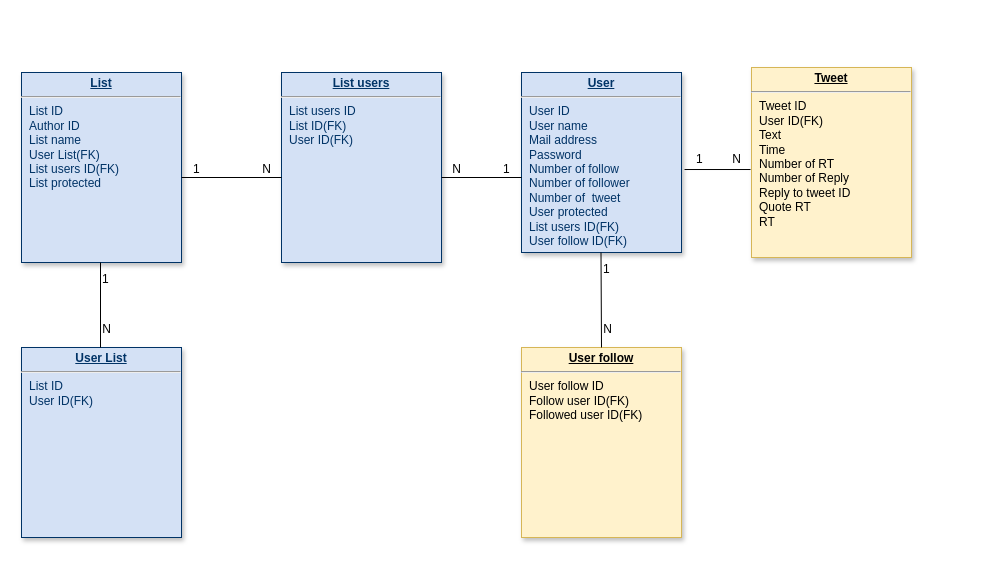
Above: Untitled Diagram.drawio in fuwa-syugyo/hello-world (draw.io), before the change. Source tidied: cells renumbered, new cells numbered last; positions are measured from the earlier drawing's top-left corner, leaving out a move shared by most shapes. Both pictures are drawn from the tidied source at 100%, with x=0, y=0 at pixel (21, 67).
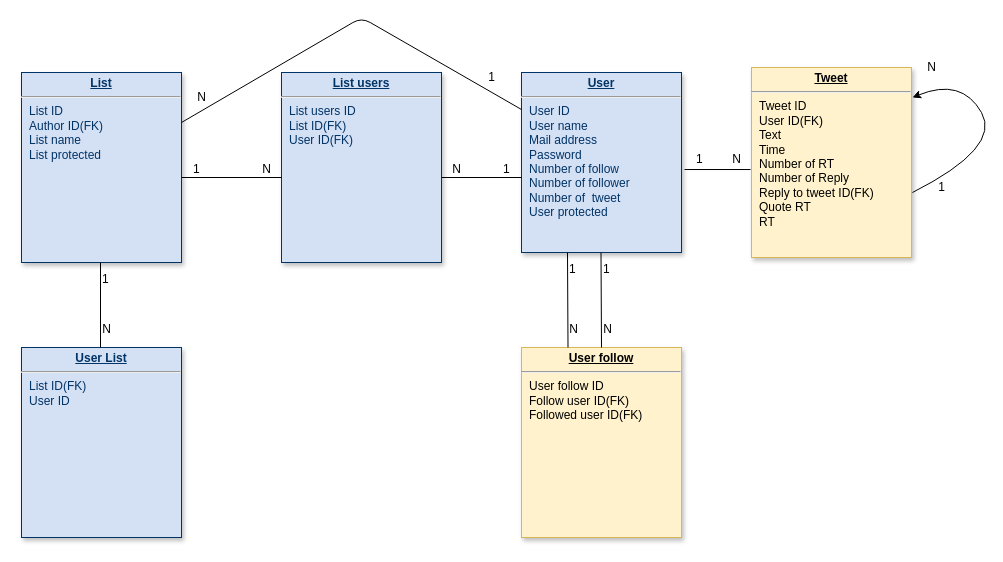
After the change.

Commit message:
Untitled Diagram.drawio を更新します

Change to the diagram source:
```diff
@@
-    <mxCell id="2" value="&lt;p style=&quot;margin: 0px ; margin-top: 4px ; text-align: center ; text-decoration: underline&quot;&gt;&lt;strong&gt;User&lt;/strong&gt;&lt;/p&gt;&lt;hr&gt;&lt;p style=&quot;margin: 0px ; margin-left: 8px&quot;&gt;User ID&lt;/p&gt;&lt;p style=&quot;margin: 0px ; margin-left: 8px&quot;&gt;User name&lt;/p&gt;&lt;p style=&quot;margin: 0px ; margin-left: 8px&quot;&gt;Mail address&lt;/p&gt;&lt;p style=&quot;margin: 0px ; margin-left: 8px&quot;&gt;Password&lt;/p&gt;&lt;p style=&quot;margin: 0px ; margin-left: 8px&quot;&gt;Number of follow&lt;/p&gt;&lt;p style=&quot;margin: 0px ; margin-left: 8px&quot;&gt;Number of follower&lt;/p&gt;&lt;p style=&quot;margin: 0px ; margin-left: 8px&quot;&gt;Number of&amp;nbsp; tweet&lt;/p&gt;&lt;p style=&quot;margin: 0px ; margin-left: 8px&quot;&gt;User protected&lt;/p&gt;&lt;p style=&quot;margin: 0px ; margin-left: 8px&quot;&gt;List users ID(FK)&lt;br&gt;&lt;/p&gt;&lt;p style=&quot;margin: 0px ; margin-left: 8px&quot;&gt;User follow ID(FK)&lt;/p&gt;&lt;p style=&quot;margin: 0px ; margin-left: 8px&quot;&gt;&lt;br&gt;&lt;/p&gt;" style="verticalAlign=top;align=left;overflow=fill;fontSize=12;fontFamily=Helvetica;html=1;strokeColor=#003366;shadow=1;fillColor=#D4E1F5;fontColor=#003366;" parent="1" vertex="1">
+    <mxCell id="2" value="&lt;p style=&quot;margin: 0px ; margin-top: 4px ; text-align: center ; text-decoration: underline&quot;&gt;&lt;strong&gt;User&lt;/strong&gt;&lt;/p&gt;&lt;hr&gt;&lt;p style=&quot;margin: 0px ; margin-left: 8px&quot;&gt;User ID&lt;/p&gt;&lt;p style=&quot;margin: 0px ; margin-left: 8px&quot;&gt;User name&lt;/p&gt;&lt;p style=&quot;margin: 0px ; margin-left: 8px&quot;&gt;Mail address&lt;/p&gt;&lt;p style=&quot;margin: 0px ; margin-left: 8px&quot;&gt;Password&lt;/p&gt;&lt;p style=&quot;margin: 0px ; margin-left: 8px&quot;&gt;Number of follow&lt;/p&gt;&lt;p style=&quot;margin: 0px ; margin-left: 8px&quot;&gt;Number of follower&lt;/p&gt;&lt;p style=&quot;margin: 0px ; margin-left: 8px&quot;&gt;Number of&amp;nbsp; tweet&lt;/p&gt;&lt;p style=&quot;margin: 0px ; margin-left: 8px&quot;&gt;User protected&lt;/p&gt;&lt;p style=&quot;margin: 0px ; margin-left: 8px&quot;&gt;&lt;br&gt;&lt;/p&gt;" style="verticalAlign=top;align=left;overflow=fill;fontSize=12;fontFamily=Helvetica;html=1;strokeColor=#003366;shadow=1;fillColor=#D4E1F5;fontColor=#003366;" parent="1" vertex="1">
       <mxGeometry x="500" y="5" width="160" height="180" as="geometry" />
     </mxCell>
-    <mxCell id="3" value="&lt;p style=&quot;margin: 0px ; margin-top: 4px ; text-align: center ; text-decoration: underline&quot;&gt;&lt;strong&gt;Tweet&lt;/strong&gt;&lt;/p&gt;&lt;hr&gt;&lt;p style=&quot;margin: 0px ; margin-left: 8px&quot;&gt;Tweet ID&lt;/p&gt;&lt;p style=&quot;margin: 0px ; margin-left: 8px&quot;&gt;User ID(FK)&lt;/p&gt;&lt;p style=&quot;margin: 0px ; margin-left: 8px&quot;&gt;Text&lt;/p&gt;&lt;p style=&quot;margin: 0px ; margin-left: 8px&quot;&gt;Time&lt;/p&gt;&lt;p style=&quot;margin: 0px ; margin-left: 8px&quot;&gt;Number of RT&lt;/p&gt;&lt;p style=&quot;margin: 0px ; margin-left: 8px&quot;&gt;Number of Reply&lt;/p&gt;&lt;p style=&quot;margin: 0px ; margin-left: 8px&quot;&gt;Reply to tweet ID&lt;/p&gt;&lt;p style=&quot;margin: 0px ; margin-left: 8px&quot;&gt;Quote RT&lt;/p&gt;&lt;p style=&quot;margin: 0px ; margin-left: 8px&quot;&gt;RT&lt;/p&gt;" style="verticalAlign=top;align=left;overflow=fill;fontSize=12;fontFamily=Helvetica;html=1;strokeColor=#d6b656;shadow=1;fillColor=#fff2cc;" parent="1" vertex="1">
+    <mxCell id="3" value="&lt;p style=&quot;margin: 0px ; margin-top: 4px ; text-align: center ; text-decoration: underline&quot;&gt;&lt;strong&gt;Tweet&lt;/strong&gt;&lt;/p&gt;&lt;hr&gt;&lt;p style=&quot;margin: 0px ; margin-left: 8px&quot;&gt;Tweet ID&lt;/p&gt;&lt;p style=&quot;margin: 0px ; margin-left: 8px&quot;&gt;User ID(FK)&lt;/p&gt;&lt;p style=&quot;margin: 0px ; margin-left: 8px&quot;&gt;Text&lt;/p&gt;&lt;p style=&quot;margin: 0px ; margin-left: 8px&quot;&gt;Time&lt;/p&gt;&lt;p style=&quot;margin: 0px ; margin-left: 8px&quot;&gt;Number of RT&lt;/p&gt;&lt;p style=&quot;margin: 0px ; margin-left: 8px&quot;&gt;Number of Reply&lt;/p&gt;&lt;p style=&quot;margin: 0px ; margin-left: 8px&quot;&gt;Reply to tweet ID(FK)&lt;/p&gt;&lt;p style=&quot;margin: 0px ; margin-left: 8px&quot;&gt;Quote RT&lt;/p&gt;&lt;p style=&quot;margin: 0px ; margin-left: 8px&quot;&gt;RT&lt;/p&gt;" style="verticalAlign=top;align=left;overflow=fill;fontSize=12;fontFamily=Helvetica;html=1;strokeColor=#d6b656;shadow=1;fillColor=#fff2cc;" parent="1" vertex="1">
       <mxGeometry x="730" width="160" height="190" as="geometry" />
     </mxCell>
@@
-    <mxCell id="6" value="&lt;p style=&quot;margin: 0px ; margin-top: 4px ; text-align: center ; text-decoration: underline&quot;&gt;&lt;b&gt;User List&lt;/b&gt;&lt;/p&gt;&lt;hr&gt;&lt;p style=&quot;margin: 0px ; margin-left: 8px&quot;&gt;List ID&lt;/p&gt;&lt;p style=&quot;margin: 0px ; margin-left: 8px&quot;&gt;User ID(FK)&lt;/p&gt;" style="verticalAlign=top;align=left;overflow=fill;fontSize=12;fontFamily=Helvetica;html=1;strokeColor=#003366;shadow=1;fillColor=#D4E1F5;fontColor=#003366;" parent="1" vertex="1">
+    <mxCell id="6" value="&lt;p style=&quot;margin: 0px ; margin-top: 4px ; text-align: center ; text-decoration: underline&quot;&gt;&lt;b&gt;User List&lt;/b&gt;&lt;/p&gt;&lt;hr&gt;&lt;p style=&quot;margin: 0px ; margin-left: 8px&quot;&gt;List ID(FK)&lt;/p&gt;&lt;p style=&quot;margin: 0px ; margin-left: 8px&quot;&gt;User ID&lt;/p&gt;" style="verticalAlign=top;align=left;overflow=fill;fontSize=12;fontFamily=Helvetica;html=1;strokeColor=#003366;shadow=1;fillColor=#D4E1F5;fontColor=#003366;" parent="1" vertex="1">
       <mxGeometry y="280" width="160" height="190" as="geometry" />
     </mxCell>
-    <mxCell id="7" value="&lt;p style=&quot;margin: 0px ; margin-top: 4px ; text-align: center ; text-decoration: underline&quot;&gt;&lt;b&gt;List&lt;/b&gt;&lt;/p&gt;&lt;hr&gt;&lt;p style=&quot;margin: 0px ; margin-left: 8px&quot;&gt;List ID&lt;/p&gt;&lt;p style=&quot;margin: 0px ; margin-left: 8px&quot;&gt;Author ID&lt;/p&gt;&lt;p style=&quot;margin: 0px ; margin-left: 8px&quot;&gt;List name&lt;/p&gt;&lt;p style=&quot;margin: 0px ; margin-left: 8px&quot;&gt;User List(FK)&lt;/p&gt;&lt;p style=&quot;margin: 0px ; margin-left: 8px&quot;&gt;List users ID(FK)&lt;/p&gt;&lt;p style=&quot;margin: 0px ; margin-left: 8px&quot;&gt;List protected&lt;/p&gt;" style="verticalAlign=top;align=left;overflow=fill;fontSize=12;fontFamily=Helvetica;html=1;strokeColor=#003366;shadow=1;fillColor=#D4E1F5;fontColor=#003366;" parent="1" vertex="1">
+    <mxCell id="7" value="&lt;p style=&quot;margin: 0px ; margin-top: 4px ; text-align: center ; text-decoration: underline&quot;&gt;&lt;b&gt;List&lt;/b&gt;&lt;/p&gt;&lt;hr&gt;&lt;p style=&quot;margin: 0px ; margin-left: 8px&quot;&gt;List ID&lt;/p&gt;&lt;p style=&quot;margin: 0px ; margin-left: 8px&quot;&gt;Author ID(FK)&lt;/p&gt;&lt;p style=&quot;margin: 0px ; margin-left: 8px&quot;&gt;List name&lt;/p&gt;&lt;p style=&quot;margin: 0px ; margin-left: 8px&quot;&gt;List protected&lt;/p&gt;" style="verticalAlign=top;align=left;overflow=fill;fontSize=12;fontFamily=Helvetica;html=1;strokeColor=#003366;shadow=1;fillColor=#D4E1F5;fontColor=#003366;" parent="1" vertex="1">
       <mxGeometry y="5" width="160" height="190" as="geometry" />
     </mxCell>
@@
+    <mxCell id="23" style="curved=1;endArrow=classic;html=1;exitX=1.006;exitY=0.658;exitDx=0;exitDy=0;exitPerimeter=0;" parent="1" edge="1" source="3">
+      <mxGeometry relative="1" as="geometry">
+        <mxPoint x="891" y="30" as="targetPoint" />
+        <Array as="points">
+          <mxPoint x="980" y="80" />
+          <mxPoint x="940" y="10" />
+        </Array>
+      </mxGeometry>
+    </mxCell>
+    <mxCell id="24" style="endArrow=none;html=1;rounded=0;exitX=0.5;exitY=1;exitDx=0;exitDy=0;entryX=0.5;entryY=0;entryDx=0;entryDy=0;" parent="1" edge="1">
+      <mxGeometry relative="1" as="geometry">
+        <mxPoint x="546" y="185" as="sourcePoint" />
+        <mxPoint x="546.5" y="280" as="targetPoint" />
+      </mxGeometry>
+    </mxCell>
+    <mxCell id="25" value="1" style="html=1;align=left;verticalAlign=bottom;" parent="24" vertex="1">
+      <mxGeometry x="-1" relative="1" as="geometry">
+        <mxPoint y="25" as="offset" />
+      </mxGeometry>
+    </mxCell>
+    <mxCell id="26" value="N" style="html=1;align=right;verticalAlign=bottom;" parent="24" vertex="1">
+      <mxGeometry x="1" relative="1" as="geometry">
+        <mxPoint x="11" y="-10" as="offset" />
+      </mxGeometry>
+    </mxCell>
+    <mxCell id="27" value="N" style="text;html=1;align=center;verticalAlign=middle;strokeColor=none;" parent="1" vertex="1">
+      <mxGeometry x="900" y="-10" width="20" height="20" as="geometry" />
+    </mxCell>
+    <mxCell id="28" value="1" style="text;html=1;align=center;verticalAlign=middle;strokeColor=none;" parent="1" vertex="1">
+      <mxGeometry x="910" y="110" width="20" height="20" as="geometry" />
+    </mxCell>
+    <mxCell id="29" style="endArrow=none;html=1;" parent="1" edge="1">
+      <mxGeometry relative="1" as="geometry">
+        <mxPoint x="160" y="55" as="sourcePoint" />
+        <mxPoint x="500" y="42" as="targetPoint" />
+        <Array as="points">
+          <mxPoint x="340" y="-50" />
+        </Array>
+      </mxGeometry>
+    </mxCell>
+    <mxCell id="30" value="N" style="text;html=1;align=center;verticalAlign=middle;strokeColor=none;" parent="1" vertex="1">
+      <mxGeometry x="170" y="20" width="20" height="20" as="geometry" />
+    </mxCell>
+    <mxCell id="31" value="1" style="text;html=1;align=center;verticalAlign=middle;strokeColor=none;" parent="1" vertex="1">
+      <mxGeometry x="460" width="20" height="20" as="geometry" />
+    </mxCell>
```
